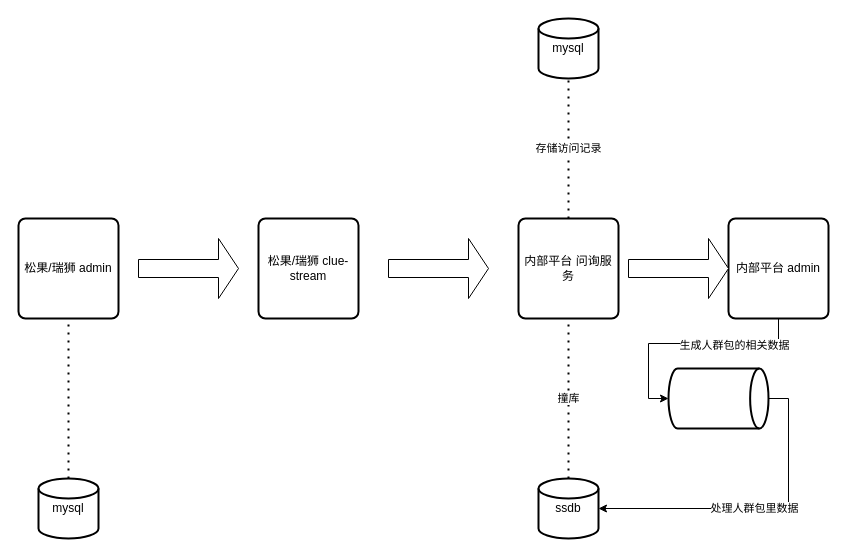
Before: 问询任务.drawio in hack0303/draw.io-store, a draw.io diagram. Source tidied: cells renumbered, new cells numbered last; positions are measured from the earlier drawing's top-left corner, leaving out a move shared by most shapes. Both pictures are drawn from the tidied source at 100%, with x=0, y=0 at pixel (18, 18).
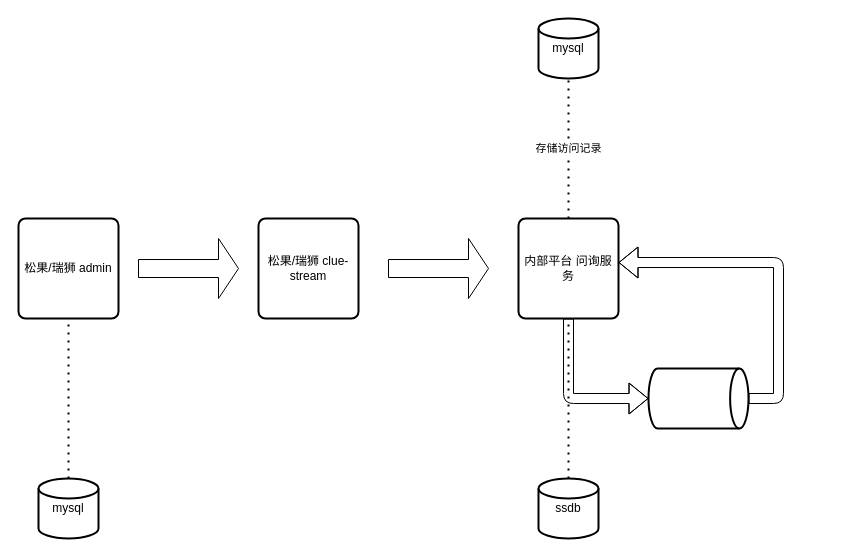
After the change.

Change to the diagram source:
```diff
@@
 <mxGraphModel>
   <root>
     <mxCell id="0" />
     <mxCell id="1" parent="0" />
     <mxCell id="2" value="松果/瑞狮 admin" style="rounded=1;whiteSpace=wrap;html=1;absoluteArcSize=1;arcSize=14;strokeWidth=2;" parent="1" vertex="1">
       <mxGeometry y="200" width="100" height="100" as="geometry" />
     </mxCell>
     <mxCell id="3" value="ssdb" style="strokeWidth=2;html=1;shape=mxgraph.flowchart.database;whiteSpace=wrap;" parent="1" vertex="1">
       <mxGeometry x="520" y="460" width="60" height="60" as="geometry" />
     </mxCell>
     <mxCell id="4" value="内部平台 问询服务" style="rounded=1;whiteSpace=wrap;html=1;absoluteArcSize=1;arcSize=14;strokeWidth=2;" parent="1" vertex="1">
       <mxGeometry x="500" y="200" width="100" height="100" as="geometry" />
     </mxCell>
     <mxCell id="5" value="松果/瑞狮 clue-stream" style="rounded=1;whiteSpace=wrap;html=1;absoluteArcSize=1;arcSize=14;strokeWidth=2;" parent="1" vertex="1">
       <mxGeometry x="240" y="200" width="100" height="100" as="geometry" />
     </mxCell>
     <mxCell id="6" value="mysql" style="strokeWidth=2;html=1;shape=mxgraph.flowchart.database;whiteSpace=wrap;" parent="1" vertex="1">
       <mxGeometry x="20" y="460" width="60" height="60" as="geometry" />
     </mxCell>
     <mxCell id="7" value="mysql" style="strokeWidth=2;html=1;shape=mxgraph.flowchart.database;whiteSpace=wrap;" parent="1" vertex="1">
       <mxGeometry x="520" width="60" height="60" as="geometry" />
     </mxCell>
-    <mxCell id="8" style="edgeStyle=orthogonalEdgeStyle;rounded=0;jettySize=auto;html=1;entryX=0;entryY=0.5;entryDx=0;entryDy=0;entryPerimeter=0;" parent="1" edge="1" source="10" target="13">
-      <mxGeometry relative="1" as="geometry" />
-    </mxCell>
-    <mxCell id="9" value="生成人群包的相关数据" style="edgeLabel;html=1;align=center;verticalAlign=middle;" parent="8" vertex="1">
-      <mxGeometry x="-0.39" y="1" relative="1" as="geometry" />
-    </mxCell>
-    <mxCell id="10" value="内部平台 admin" style="rounded=1;whiteSpace=wrap;html=1;absoluteArcSize=1;arcSize=14;strokeWidth=2;" parent="1" vertex="1">
-      <mxGeometry x="710" y="200" width="100" height="100" as="geometry" />
-    </mxCell>
-    <mxCell id="11" style="edgeStyle=orthogonalEdgeStyle;rounded=0;jettySize=auto;html=1;entryX=1;entryY=0.5;entryDx=0;entryDy=0;entryPerimeter=0;exitX=1;exitY=0.5;exitDx=0;exitDy=0;exitPerimeter=0;" parent="1" edge="1" source="13" target="3">
-      <mxGeometry relative="1" as="geometry" />
-    </mxCell>
-    <mxCell id="12" value="处理人群包里数据" style="edgeLabel;html=1;align=center;verticalAlign=middle;" parent="11" vertex="1">
-      <mxGeometry x="0.03" y="-1" relative="1" as="geometry" />
-    </mxCell>
     <mxCell id="13" style="strokeWidth=2;html=1;shape=mxgraph.flowchart.direct_data;whiteSpace=wrap;" parent="1" vertex="1">
-      <mxGeometry x="650" y="350" width="100" height="60" as="geometry" />
+      <mxGeometry x="630" y="350" width="100" height="60" as="geometry" />
     </mxCell>
     <mxCell id="14" style="shape=singleArrow;whiteSpace=wrap;html=1;" parent="1" vertex="1">
       <mxGeometry x="120" y="220" width="100" height="60" as="geometry" />
     </mxCell>
     <mxCell id="15" style="shape=singleArrow;whiteSpace=wrap;html=1;" parent="1" vertex="1">
       <mxGeometry x="370" y="220" width="100" height="60" as="geometry" />
     </mxCell>
-    <mxCell id="16" style="shape=singleArrow;whiteSpace=wrap;html=1;" parent="1" vertex="1">
-      <mxGeometry x="610" y="220" width="100" height="60" as="geometry" />
-    </mxCell>
     <mxCell id="17" value="存储访问记录" style="endArrow=none;dashed=1;html=1;dashPattern=1 3;strokeWidth=2;entryX=0.5;entryY=1;entryDx=0;entryDy=0;entryPerimeter=0;exitX=0.5;exitY=0;exitDx=0;exitDy=0;" parent="1" edge="1" source="4" target="7">
       <mxGeometry relative="1" as="geometry" />
     </mxCell>
+    <mxCell id="19" style="endArrow=none;dashed=1;html=1;dashPattern=1 3;strokeWidth=2;entryX=0.5;entryY=1;entryDx=0;entryDy=0;exitX=0.5;exitY=0;exitDx=0;exitDy=0;exitPerimeter=0;" parent="1" edge="1" source="6" target="2">
+      <mxGeometry relative="1" as="geometry" />
+    </mxCell>
-    <mxCell id="18" value="撞库" style="endArrow=none;dashed=1;html=1;dashPattern=1 3;strokeWidth=2;entryX=0.5;entryY=1;entryDx=0;entryDy=0;exitX=0.5;exitY=0;exitDx=0;exitDy=0;exitPerimeter=0;" parent="1" edge="1" source="3" target="4">
+    <mxCell id="18" style="endArrow=none;dashed=1;html=1;dashPattern=1 3;strokeWidth=2;exitX=0.5;exitY=0;exitDx=0;exitDy=0;exitPerimeter=0;edgeStyle=orthogonalEdgeStyle;entryX=0.5;entryY=1;entryDx=0;entryDy=0;" parent="1" edge="1" source="3" target="4">
       <mxGeometry relative="1" as="geometry" />
     </mxCell>
-    <mxCell id="19" style="endArrow=none;dashed=1;html=1;dashPattern=1 3;strokeWidth=2;entryX=0.5;entryY=1;entryDx=0;entryDy=0;exitX=0.5;exitY=0;exitDx=0;exitDy=0;exitPerimeter=0;" parent="1" edge="1" source="6" target="2">
-      <mxGeometry relative="1" as="geometry" />
-    </mxCell>
+    <mxCell id="20" style="shape=flexArrow;endArrow=classic;html=1;edgeStyle=orthogonalEdgeStyle;entryX=0;entryY=0.5;entryDx=0;entryDy=0;entryPerimeter=0;exitX=0.5;exitY=1;exitDx=0;exitDy=0;" parent="1" edge="1" source="4" target="13">
+      <mxGeometry relative="1" as="geometry" />
+    </mxCell>
+    <mxCell id="21" style="shape=flexArrow;endArrow=classic;html=1;exitX=1;exitY=0.5;exitDx=0;exitDy=0;exitPerimeter=0;entryX=1;entryY=0.44;entryDx=0;entryDy=0;entryPerimeter=0;edgeStyle=orthogonalEdgeStyle;" parent="1" edge="1" source="13" target="4">
+      <mxGeometry relative="1" as="geometry">
+        <Array as="points">
+          <mxPoint x="760" y="380" />
+          <mxPoint x="760" y="244" />
+        </Array>
+      </mxGeometry>
+    </mxCell>
   </root>
 </mxGraphModel>
```
